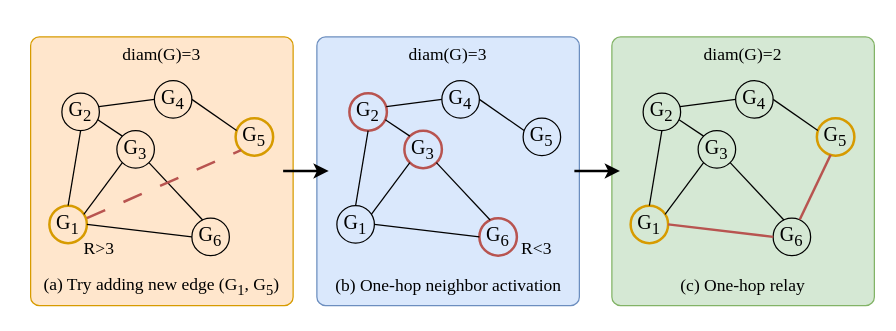
Before: page "第 4 页" (4 of 4) of examples/RNSM-Example.drawio in JingLiuchang/hnsw-merge, a draw.io diagram. Source tidied: cells renumbered, new cells numbered last; positions are measured from the earlier drawing's top-left corner, leaving out a move shared by most shapes. Both pictures are drawn from the tidied source at 125%, with x=0, y=0 at pixel (30, 36).
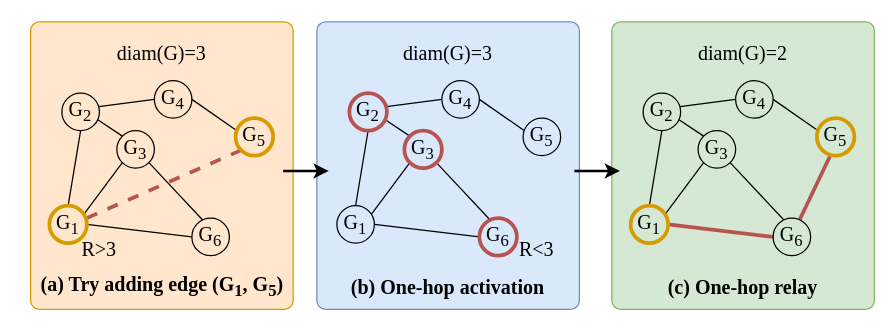
Above is the later version.

What changed in the source:
```diff
@@
     <mxCell id="2" style="rounded=1;whiteSpace=wrap;html=1;absoluteArcSize=1;arcSize=14;strokeWidth=1;fillColor=#d5e8d4;strokeColor=#82b366;" parent="1" vertex="1">
-      <mxGeometry x="465" width="210" height="215" as="geometry" />
+      <mxGeometry x="465" y="-12" width="210" height="230" as="geometry" />
     </mxCell>
     <mxCell id="3" style="rounded=1;whiteSpace=wrap;html=1;absoluteArcSize=1;arcSize=14;strokeWidth=1;fillColor=#dae8fc;strokeColor=#6c8ebf;" parent="1" vertex="1">
-      <mxGeometry x="229" width="210" height="215" as="geometry" />
+      <mxGeometry x="229" y="-12" width="210" height="230" as="geometry" />
     </mxCell>
     <mxCell id="4" style="rounded=1;whiteSpace=wrap;html=1;absoluteArcSize=1;arcSize=14;strokeWidth=1;fillColor=#ffe6cc;strokeColor=#d79b00;" parent="1" vertex="1">
-      <mxGeometry width="210" height="215" as="geometry" />
+      <mxGeometry y="-12" width="210" height="230" as="geometry" />
     </mxCell>
@@
-    <mxCell id="6" value="G&lt;sub&gt;1&lt;/sub&gt;" style="ellipse;whiteSpace=wrap;html=1;rotation=0;fontSize=16;fontFamily=Times New Roman;strokeWidth=2;fillColor=none;strokeColor=#d79b00;" parent="1" vertex="1">
-      <mxGeometry x="15" y="135" width="30" height="30" as="geometry" />
-    </mxCell>
@@
-    <mxCell id="9" value="G&lt;sub&gt;5&lt;/sub&gt;" style="ellipse;whiteSpace=wrap;html=1;rotation=0;fillColor=none;fontSize=16;fontFamily=Times New Roman;strokeWidth=2;strokeColor=#d79b00;" parent="1" vertex="1">
-      <mxGeometry x="164" y="65" width="30" height="30" as="geometry" />
-    </mxCell>
@@
-    <mxCell id="18" style="endArrow=none;html=1;rounded=0;entryX=0;entryY=1;entryDx=0;entryDy=0;dashed=1;dashPattern=8 8;strokeWidth=2;strokeColor=light-dark(#b85450, #ff7777);" parent="1" edge="1" target="9">
+    <mxCell id="18" style="endArrow=none;html=1;rounded=0;entryX=0;entryY=1;entryDx=0;entryDy=0;dashed=1;strokeWidth=3;strokeColor=light-dark(#b85450, #ff7777);fontSize=16;" parent="1" edge="1" target="9">
       <mxGeometry relative="1" as="geometry">
         <mxPoint x="45" y="145" as="sourcePoint" />
       </mxGeometry>
     </mxCell>
-    <mxCell id="19" value="G&lt;sub&gt;2&lt;/sub&gt;" style="ellipse;whiteSpace=wrap;html=1;rotation=0;fillColor=none;fontSize=16;fontFamily=Times New Roman;strokeColor=#b85450;strokeWidth=2;" parent="1" vertex="1">
-      <mxGeometry x="255" y="45" width="30" height="30" as="geometry" />
-    </mxCell>
@@
-    <mxCell id="21" value="G&lt;sub&gt;3&lt;/sub&gt;" style="ellipse;whiteSpace=wrap;html=1;rotation=0;fillColor=none;fontSize=16;fontFamily=Times New Roman;strokeColor=#b85450;strokeWidth=2;" parent="1" vertex="1">
-      <mxGeometry x="299" y="75" width="30" height="30" as="geometry" />
-    </mxCell>
@@
-    <mxCell id="29" value="G&lt;sub&gt;6&lt;/sub&gt;" style="ellipse;whiteSpace=wrap;html=1;rotation=0;fillColor=none;fontSize=16;fontFamily=Times New Roman;strokeColor=#b85450;strokeWidth=2;" parent="1" vertex="1">
-      <mxGeometry x="359" y="145" width="30" height="30" as="geometry" />
-    </mxCell>
@@
-    <mxCell id="33" value="G&lt;sub&gt;1&lt;/sub&gt;" style="ellipse;whiteSpace=wrap;html=1;rotation=0;fontSize=16;fontFamily=Times New Roman;fillColor=none;strokeColor=#d79b00;strokeWidth=2;" parent="1" vertex="1">
-      <mxGeometry x="480" y="135" width="30" height="30" as="geometry" />
-    </mxCell>
@@
-    <mxCell id="36" value="G&lt;sub&gt;5&lt;/sub&gt;" style="ellipse;whiteSpace=wrap;html=1;rotation=0;fillColor=none;fontSize=16;fontFamily=Times New Roman;strokeColor=#d79b00;strokeWidth=2;" parent="1" vertex="1">
-      <mxGeometry x="629" y="65" width="30" height="30" as="geometry" />
-    </mxCell>
@@
-    <mxCell id="42" value="G&lt;sub&gt;6&lt;/sub&gt;" style="ellipse;whiteSpace=wrap;html=1;rotation=0;fontSize=16;fontFamily=Times New Roman;fillColor=none;" parent="1" vertex="1">
-      <mxGeometry x="594" y="145" width="30" height="30" as="geometry" />
-    </mxCell>
-    <mxCell id="43" style="endArrow=none;html=1;rounded=0;exitX=1;exitY=0.5;exitDx=0;exitDy=0;entryX=0;entryY=0.5;entryDx=0;entryDy=0;fontSize=16;fontFamily=Times New Roman;strokeWidth=2;strokeColor=light-dark(#b85450, #ededed);" parent="1" edge="1" source="33" target="42">
+    <mxCell id="43" style="endArrow=none;html=1;rounded=0;exitX=1;exitY=0.5;exitDx=0;exitDy=0;entryX=0;entryY=0.5;entryDx=0;entryDy=0;fontSize=16;fontFamily=Times New Roman;strokeWidth=3;strokeColor=light-dark(#b85450, #ededed);" parent="1" edge="1" source="33" target="42">
       <mxGeometry relative="1" as="geometry" />
     </mxCell>
@@
-    <mxCell id="45" style="endArrow=none;html=1;rounded=0;entryX=0.368;entryY=0.978;entryDx=0;entryDy=0;exitX=0.711;exitY=0.036;exitDx=0;exitDy=0;exitPerimeter=0;entryPerimeter=0;strokeColor=light-dark(#b85450, #ededed);strokeWidth=2;" parent="1" edge="1" source="42" target="36">
+    <mxCell id="45" style="endArrow=none;html=1;rounded=0;entryX=0.368;entryY=0.978;entryDx=0;entryDy=0;exitX=0.711;exitY=0.036;exitDx=0;exitDy=0;exitPerimeter=0;entryPerimeter=0;strokeColor=light-dark(#b85450, #ededed);strokeWidth=3;" parent="1" edge="1" source="42" target="36">
       <mxGeometry relative="1" as="geometry" />
     </mxCell>
@@
-    <mxCell id="47" value="&lt;font face=&quot;Times New Roman&quot; style=&quot;font-size: 14px;&quot;&gt;R&amp;gt;3&lt;/font&gt;" style="text;html=1;whiteSpace=wrap;strokeColor=none;fillColor=none;align=center;verticalAlign=middle;rounded=0;" parent="1" vertex="1">
+    <mxCell id="47" value="&lt;font face=&quot;Times New Roman&quot;&gt;R&amp;gt;3&lt;/font&gt;" style="text;html=1;whiteSpace=wrap;strokeColor=none;fillColor=none;align=center;verticalAlign=middle;rounded=0;fontSize=16;fontStyle=0;" parent="1" vertex="1">
       <mxGeometry x="25" y="155" width="60" height="30" as="geometry" />
     </mxCell>
-    <mxCell id="48" value="&lt;font face=&quot;Times New Roman&quot; style=&quot;font-size: 14px;&quot;&gt;R&amp;lt;3&lt;/font&gt;" style="text;html=1;whiteSpace=wrap;strokeColor=none;fillColor=none;align=center;verticalAlign=middle;rounded=0;" parent="1" vertex="1">
+    <mxCell id="48" value="&lt;font face=&quot;Times New Roman&quot; style=&quot;font-size: 16px;&quot;&gt;R&amp;lt;3&lt;/font&gt;" style="text;html=1;whiteSpace=wrap;strokeColor=none;fillColor=none;align=center;verticalAlign=middle;rounded=0;fontStyle=0;" parent="1" vertex="1">
       <mxGeometry x="375" y="155" width="60" height="30" as="geometry" />
     </mxCell>
-    <mxCell id="49" value="&lt;font style=&quot;font-size: 14px;&quot; face=&quot;Times New Roman&quot;&gt;(a) Try adding new edge (G&lt;sub&gt;1&lt;/sub&gt;, G&lt;sub&gt;5&lt;/sub&gt;)&lt;/font&gt;" style="text;html=1;whiteSpace=wrap;strokeColor=none;fillColor=none;align=center;verticalAlign=middle;rounded=0;" parent="1" vertex="1">
-      <mxGeometry x="5" y="185" width="200" height="30" as="geometry" />
+    <mxCell id="49" value="&lt;font style=&quot;font-size: 16px;&quot; face=&quot;Times New Roman&quot;&gt;(a) Try adding edge (G&lt;sub style=&quot;&quot;&gt;1&lt;/sub&gt;, G&lt;sub style=&quot;&quot;&gt;5&lt;/sub&gt;)&lt;/font&gt;" style="text;html=1;whiteSpace=wrap;strokeColor=none;fillColor=none;align=center;verticalAlign=middle;rounded=0;fontStyle=1;" parent="1" vertex="1">
+      <mxGeometry x="-7.5" y="185" width="225" height="30" as="geometry" />
     </mxCell>
-    <mxCell id="50" value="&lt;font&gt;(b) One-hop neighbor activation&lt;/font&gt;" style="text;html=1;whiteSpace=wrap;strokeColor=none;fillColor=none;align=center;verticalAlign=middle;rounded=0;fontFamily=Times New Roman;fontSize=14;" parent="1" vertex="1">
-      <mxGeometry x="238.5" y="185" width="191" height="30" as="geometry" />
+    <mxCell id="50" value="&lt;font&gt;(b) One-hop activation&lt;/font&gt;" style="text;html=1;whiteSpace=wrap;strokeColor=none;fillColor=none;align=center;verticalAlign=middle;rounded=0;fontFamily=Times New Roman;fontSize=16;fontStyle=1;" parent="1" vertex="1">
+      <mxGeometry x="223.2" y="185" width="221.5" height="30" as="geometry" />
     </mxCell>
-    <mxCell id="51" value="&lt;font&gt;(c) One-hop relay&lt;/font&gt;" style="text;html=1;whiteSpace=wrap;strokeColor=none;fillColor=none;align=center;verticalAlign=middle;rounded=0;fontFamily=Times New Roman;fontSize=14;" parent="1" vertex="1">
+    <mxCell id="51" value="&lt;font&gt;(c) One-hop relay&lt;/font&gt;" style="text;html=1;whiteSpace=wrap;strokeColor=none;fillColor=none;align=center;verticalAlign=middle;rounded=0;fontFamily=Times New Roman;fontSize=16;fontStyle=1;" parent="1" vertex="1">
       <mxGeometry x="480" y="185" width="180" height="30" as="geometry" />
     </mxCell>
-    <mxCell id="52" value="&lt;font face=&quot;Times New Roman&quot; style=&quot;font-size: 14px;&quot;&gt;diam(G)=3&lt;/font&gt;" style="text;html=1;whiteSpace=wrap;strokeColor=none;fillColor=none;align=center;verticalAlign=middle;rounded=0;" parent="1" vertex="1">
-      <mxGeometry x="75" width="60" height="30" as="geometry" />
+    <mxCell id="52" value="&lt;font face=&quot;Times New Roman&quot; style=&quot;font-size: 16px;&quot;&gt;diam(G)=3&lt;/font&gt;" style="text;html=1;whiteSpace=wrap;strokeColor=none;fillColor=none;align=center;verticalAlign=middle;rounded=0;fontStyle=0;" parent="1" vertex="1">
+      <mxGeometry x="75" y="-2" width="60" height="30" as="geometry" />
     </mxCell>
-    <mxCell id="53" value="&lt;font face=&quot;Times New Roman&quot; style=&quot;font-size: 14px;&quot;&gt;diam(G)=3&lt;/font&gt;" style="text;html=1;whiteSpace=wrap;strokeColor=none;fillColor=none;align=center;verticalAlign=middle;rounded=0;" parent="1" vertex="1">
-      <mxGeometry x="304" width="60" height="30" as="geometry" />
+    <mxCell id="53" value="&lt;font face=&quot;Times New Roman&quot;&gt;diam(G)=3&lt;/font&gt;" style="text;html=1;whiteSpace=wrap;strokeColor=none;fillColor=none;align=center;verticalAlign=middle;rounded=0;fontSize=16;fontStyle=0;" parent="1" vertex="1">
+      <mxGeometry x="304" y="-2" width="60" height="30" as="geometry" />
     </mxCell>
-    <mxCell id="54" value="&lt;font face=&quot;Times New Roman&quot; style=&quot;font-size: 14px;&quot;&gt;diam(G)=2&lt;/font&gt;" style="text;html=1;whiteSpace=wrap;strokeColor=none;fillColor=none;align=center;verticalAlign=middle;rounded=0;" parent="1" vertex="1">
-      <mxGeometry x="540" width="60" height="30" as="geometry" />
+    <mxCell id="54" value="&lt;font face=&quot;Times New Roman&quot;&gt;diam(G)=2&lt;/font&gt;" style="text;html=1;whiteSpace=wrap;strokeColor=none;fillColor=none;align=center;verticalAlign=middle;rounded=0;fontSize=16;fontStyle=0;" parent="1" vertex="1">
+      <mxGeometry x="540" y="-2" width="60" height="30" as="geometry" />
     </mxCell>
@@
+    <mxCell id="33" value="G&lt;sub&gt;1&lt;/sub&gt;" style="ellipse;whiteSpace=wrap;html=1;rotation=0;fontSize=16;fontFamily=Times New Roman;fillColor=none;strokeColor=#d79b00;strokeWidth=3;" parent="1" vertex="1">
+      <mxGeometry x="480" y="135" width="30" height="30" as="geometry" />
+    </mxCell>
+    <mxCell id="42" value="G&lt;sub&gt;6&lt;/sub&gt;" style="ellipse;whiteSpace=wrap;html=1;rotation=0;fontSize=16;fontFamily=Times New Roman;fillColor=none;" parent="1" vertex="1">
+      <mxGeometry x="594" y="145" width="30" height="30" as="geometry" />
+    </mxCell>
+    <mxCell id="36" value="G&lt;sub&gt;5&lt;/sub&gt;" style="ellipse;whiteSpace=wrap;html=1;rotation=0;fillColor=none;fontSize=16;fontFamily=Times New Roman;strokeColor=#d79b00;strokeWidth=3;" parent="1" vertex="1">
+      <mxGeometry x="629" y="65" width="30" height="30" as="geometry" />
+    </mxCell>
+    <mxCell id="6" value="G&lt;sub&gt;1&lt;/sub&gt;" style="ellipse;whiteSpace=wrap;html=1;rotation=0;fontSize=16;fontFamily=Times New Roman;strokeWidth=3;fillColor=none;strokeColor=#d79b00;" parent="1" vertex="1">
+      <mxGeometry x="15" y="135" width="30" height="30" as="geometry" />
+    </mxCell>
+    <mxCell id="9" value="G&lt;sub&gt;5&lt;/sub&gt;" style="ellipse;whiteSpace=wrap;html=1;rotation=0;fillColor=none;fontSize=16;fontFamily=Times New Roman;strokeWidth=3;strokeColor=#d79b00;" parent="1" vertex="1">
+      <mxGeometry x="164" y="65" width="30" height="30" as="geometry" />
+    </mxCell>
+    <mxCell id="19" value="G&lt;sub&gt;2&lt;/sub&gt;" style="ellipse;whiteSpace=wrap;html=1;rotation=0;fillColor=none;fontSize=16;fontFamily=Times New Roman;strokeColor=#b85450;strokeWidth=3;" parent="1" vertex="1">
+      <mxGeometry x="255" y="45" width="30" height="30" as="geometry" />
+    </mxCell>
+    <mxCell id="21" value="G&lt;sub&gt;3&lt;/sub&gt;" style="ellipse;whiteSpace=wrap;html=1;rotation=0;fillColor=none;fontSize=16;fontFamily=Times New Roman;strokeColor=#b85450;strokeWidth=3;" parent="1" vertex="1">
+      <mxGeometry x="299" y="75" width="30" height="30" as="geometry" />
+    </mxCell>
+    <mxCell id="29" value="G&lt;sub&gt;6&lt;/sub&gt;" style="ellipse;whiteSpace=wrap;html=1;rotation=0;fillColor=none;fontSize=16;fontFamily=Times New Roman;strokeColor=#b85450;strokeWidth=3;" parent="1" vertex="1">
+      <mxGeometry x="359" y="145" width="30" height="30" as="geometry" />
+    </mxCell>
```
